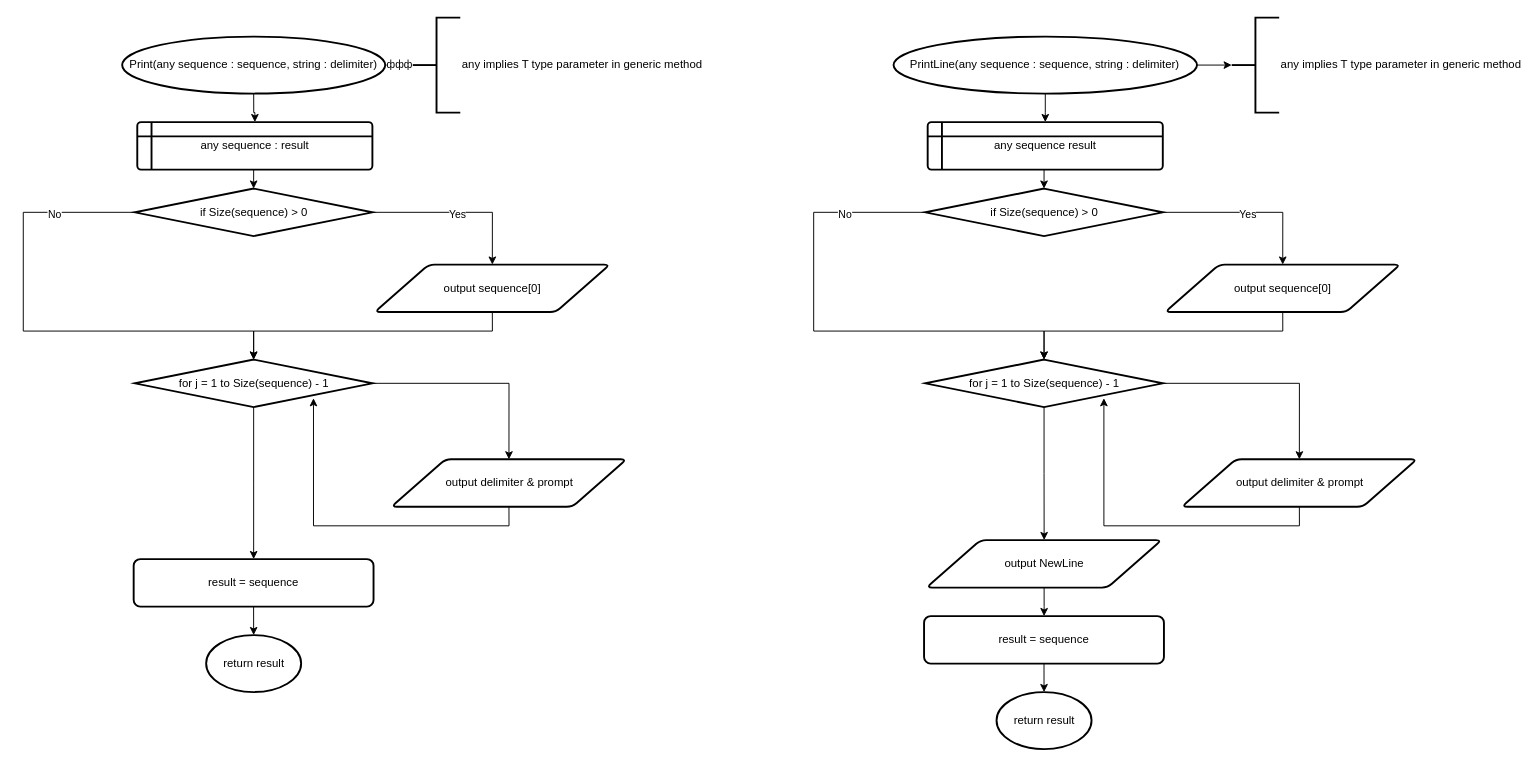
This is page "Extensions.Enumerable" (4 of 5) of flowchart.drawio from majacQ/CSharp---Exercise---Other---Laboratory-Work-4, a draw.io file, before an edit. Source tidied: cells renumbered, new cells numbered last; positions are measured from the earlier drawing's top-left corner, leaving out a move shared by most shapes. Both pictures are drawn from the tidied source at 95%, with x=0, y=0 at pixel (23, 17).
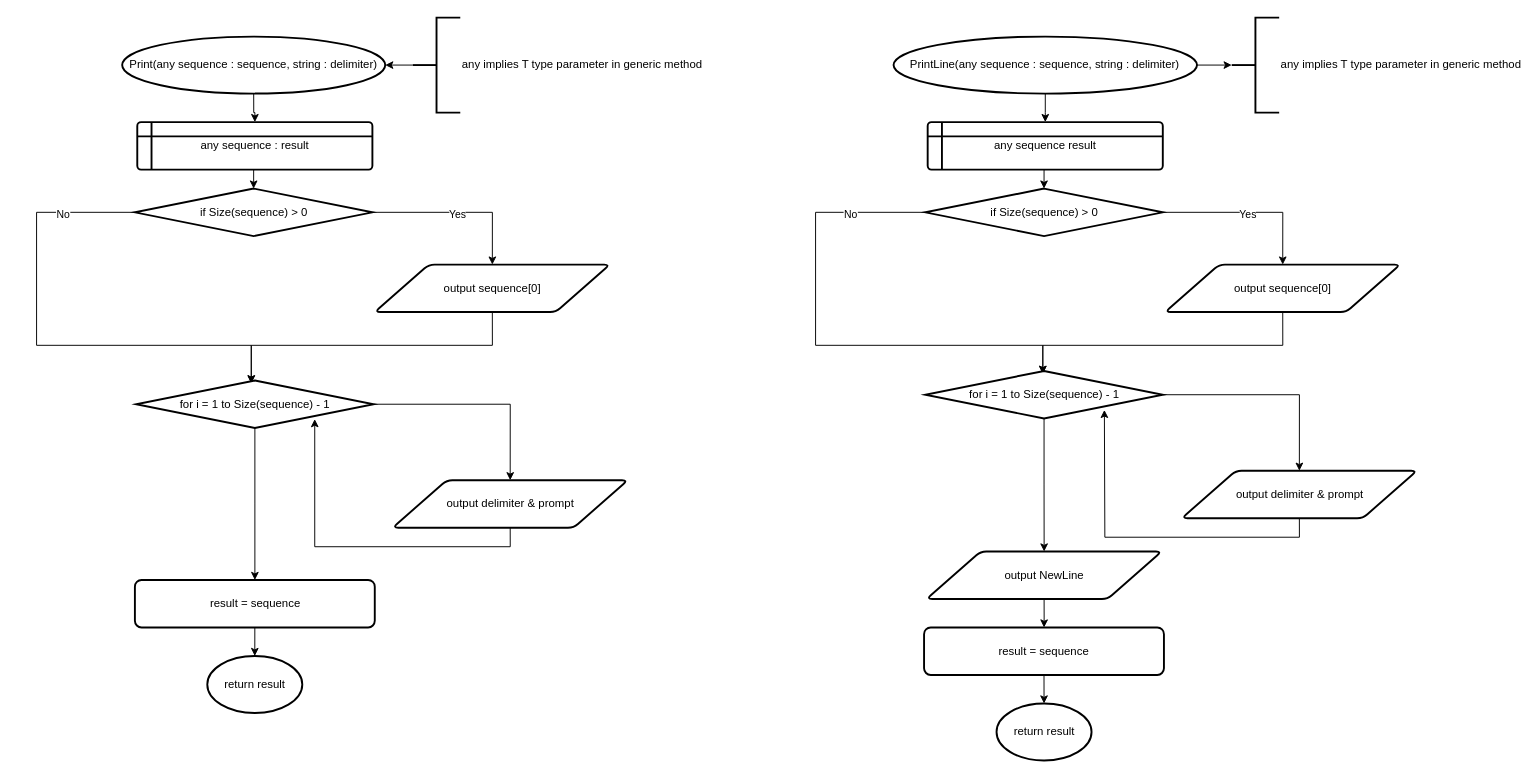
The same page after the edit.

Unchanged cells that the change refers to:
```xml
<mxCell id="3" value="Print(any sequence : sequence, string : delimiter)" style="strokeWidth=2;html=1;shape=mxgraph.flowchart.start_1;whiteSpace=wrap;" parent="1" vertex="1">
  <mxGeometry x="104.1" y="20" width="276.9" height="60" as="geometry" />
</mxCell>
<mxCell id="12" value="if Size(sequence) &amp;gt; 0" style="strokeWidth=2;html=1;shape=mxgraph.flowchart.decision;whiteSpace=wrap;" parent="1" vertex="1">
  <mxGeometry x="117.5" y="180" width="250" height="50" as="geometry" />
</mxCell>
<mxCell id="14" value="output sequence[0]" style="shape=parallelogram;html=1;strokeWidth=2;perimeter=parallelogramPerimeter;whiteSpace=wrap;rounded=1;arcSize=12;size=0.23;" parent="1" vertex="1">
  <mxGeometry x="370" y="260" width="247.5" height="50" as="geometry" />
</mxCell>
<mxCell id="30" value="if Size(sequence) &amp;gt; 0" style="strokeWidth=2;html=1;shape=mxgraph.flowchart.decision;whiteSpace=wrap;" parent="1" vertex="1">
  <mxGeometry x="949.5" y="180" width="250" height="50" as="geometry" />
</mxCell>
<mxCell id="32" value="output sequence[0]" style="shape=parallelogram;html=1;strokeWidth=2;perimeter=parallelogramPerimeter;whiteSpace=wrap;rounded=1;arcSize=12;size=0.23;" parent="1" vertex="1">
  <mxGeometry x="1202" y="260" width="247.5" height="50" as="geometry" />
</mxCell>
<mxCell id="44" value="any implies T type parameter in generic method" style="strokeWidth=2;html=1;shape=mxgraph.flowchart.annotation_2;align=left;labelPosition=right;" parent="1" vertex="1">
  <mxGeometry x="410" width="50" height="100" as="geometry" />
</mxCell>
```

What changed in the source:
```diff
@@
-    <mxCell id="2" value="ффф" style="edgeStyle=orthogonalEdgeStyle;rounded=0;jettySize=auto;html=1;exitX=1;exitY=0.5;exitDx=0;exitDy=0;exitPerimeter=0;entryX=0;entryY=0.5;entryDx=0;entryDy=0;entryPerimeter=0;" parent="1" edge="1" source="3" target="44">
-      <mxGeometry relative="1" as="geometry" />
-    </mxCell>
@@
     <mxCell id="4" value="return result" style="strokeWidth=2;html=1;shape=mxgraph.flowchart.start_1;whiteSpace=wrap;" parent="1" vertex="1">
-      <mxGeometry x="192.5" y="650" width="100" height="60" as="geometry" />
+      <mxGeometry x="193.7" y="672" width="100" height="60" as="geometry" />
     </mxCell>
@@
-    <mxCell id="10" style="edgeStyle=orthogonalEdgeStyle;rounded=0;jettySize=auto;html=1;exitX=0;exitY=0.5;exitDx=0;exitDy=0;exitPerimeter=0;entryX=0.5;entryY=0;entryDx=0;entryDy=0;entryPerimeter=0;" parent="1" edge="1" source="12" target="17">
-      <mxGeometry relative="1" as="geometry">
-        <Array as="points">
-          <mxPoint y="205" />
-          <mxPoint y="330" />
-          <mxPoint x="243" y="330" />
-        </Array>
-      </mxGeometry>
-    </mxCell>
-    <mxCell id="11" value="No" style="edgeLabel;html=1;align=center;verticalAlign=middle;" parent="10" vertex="1">
-      <mxGeometry x="-0.67" y="1" relative="1" as="geometry" />
-    </mxCell>
+    <mxCell id="46" style="edgeStyle=orthogonalEdgeStyle;rounded=0;jettySize=auto;html=1;exitX=0;exitY=0.5;exitDx=0;exitDy=0;exitPerimeter=0;entryX=0.5;entryY=0;entryDx=0;entryDy=0;" parent="1" edge="1" source="12">
+      <mxGeometry relative="1" as="geometry">
+        <mxPoint x="240" y="385" as="targetPoint" />
+        <Array as="points">
+          <mxPoint x="14" y="205" />
+          <mxPoint x="14" y="345" />
+          <mxPoint x="240" y="345" />
+        </Array>
+      </mxGeometry>
+    </mxCell>
+    <mxCell id="47" value="No" style="edgeLabel;html=1;align=center;verticalAlign=middle;" parent="46" vertex="1">
+      <mxGeometry x="-0.7" y="1" relative="1" as="geometry" />
+    </mxCell>
@@
-    <mxCell id="13" style="edgeStyle=orthogonalEdgeStyle;rounded=0;jettySize=auto;html=1;exitX=0.5;exitY=1;exitDx=0;exitDy=0;entryX=0.5;entryY=0;entryDx=0;entryDy=0;entryPerimeter=0;" parent="1" edge="1" source="14" target="17">
-      <mxGeometry relative="1" as="geometry">
-        <Array as="points">
-          <mxPoint x="494" y="330" />
-          <mxPoint x="243" y="330" />
-        </Array>
-      </mxGeometry>
-    </mxCell>
+    <mxCell id="48" style="edgeStyle=orthogonalEdgeStyle;rounded=0;jettySize=auto;html=1;exitX=0.5;exitY=1;exitDx=0;exitDy=0;entryX=0.5;entryY=0;entryDx=0;entryDy=0;" parent="1" edge="1" source="14">
+      <mxGeometry relative="1" as="geometry">
+        <mxPoint x="240" y="385" as="targetPoint" />
+        <Array as="points">
+          <mxPoint x="494" y="345" />
+          <mxPoint x="240" y="345" />
+        </Array>
+      </mxGeometry>
+    </mxCell>
@@
-    <mxCell id="17" value="for j = 1 to Size(sequence) - 1" style="strokeWidth=2;html=1;shape=mxgraph.flowchart.decision;whiteSpace=wrap;" parent="1" vertex="1">
-      <mxGeometry x="117.5" y="360" width="250" height="50" as="geometry" />
+    <mxCell id="17" value="for i = 1 to Size(sequence) - 1" style="strokeWidth=2;html=1;shape=mxgraph.flowchart.decision;whiteSpace=wrap;" parent="1" vertex="1">
+      <mxGeometry x="118.8" y="382" width="250" height="50" as="geometry" />
     </mxCell>
@@
     <mxCell id="19" value="output delimiter &amp;amp; prompt" style="shape=parallelogram;html=1;strokeWidth=2;perimeter=parallelogramPerimeter;whiteSpace=wrap;rounded=1;arcSize=12;size=0.23;" parent="1" vertex="1">
-      <mxGeometry x="387.5" y="465" width="247.5" height="50" as="geometry" />
+      <mxGeometry x="388.8" y="487" width="247.5" height="50" as="geometry" />
     </mxCell>
@@
     <mxCell id="22" value="return result" style="strokeWidth=2;html=1;shape=mxgraph.flowchart.start_1;whiteSpace=wrap;" parent="1" vertex="1">
-      <mxGeometry x="1024.5" y="710" width="100" height="60" as="geometry" />
+      <mxGeometry x="1024.5" y="722" width="100" height="60" as="geometry" />
     </mxCell>
@@
-    <mxCell id="28" style="edgeStyle=orthogonalEdgeStyle;rounded=0;jettySize=auto;html=1;exitX=0;exitY=0.5;exitDx=0;exitDy=0;exitPerimeter=0;entryX=0.5;entryY=0;entryDx=0;entryDy=0;entryPerimeter=0;" parent="1" edge="1" source="30" target="35">
-      <mxGeometry relative="1" as="geometry">
-        <Array as="points">
-          <mxPoint x="832" y="205" />
-          <mxPoint x="832" y="330" />
-          <mxPoint x="1075" y="330" />
-        </Array>
-      </mxGeometry>
-    </mxCell>
-    <mxCell id="29" value="No" style="edgeLabel;html=1;align=center;verticalAlign=middle;" parent="28" vertex="1">
-      <mxGeometry x="-0.67" y="1" relative="1" as="geometry" />
-    </mxCell>
+    <mxCell id="49" style="edgeStyle=orthogonalEdgeStyle;rounded=0;jettySize=auto;html=1;exitX=0;exitY=0.5;exitDx=0;exitDy=0;exitPerimeter=0;entryX=0.5;entryY=0;entryDx=0;entryDy=0;" parent="1" edge="1" source="30">
+      <mxGeometry relative="1" as="geometry">
+        <mxPoint x="1073.2" y="375" as="targetPoint" />
+        <Array as="points">
+          <mxPoint x="834" y="205" />
+          <mxPoint x="834" y="345" />
+          <mxPoint x="1073" y="345" />
+        </Array>
+      </mxGeometry>
+    </mxCell>
+    <mxCell id="50" value="No" style="edgeLabel;html=1;align=center;verticalAlign=middle;" parent="49" vertex="1">
+      <mxGeometry x="-0.7" y="1" relative="1" as="geometry" />
+    </mxCell>
@@
-    <mxCell id="31" style="edgeStyle=orthogonalEdgeStyle;rounded=0;jettySize=auto;html=1;exitX=0.5;exitY=1;exitDx=0;exitDy=0;entryX=0.5;entryY=0;entryDx=0;entryDy=0;entryPerimeter=0;" parent="1" edge="1" source="32" target="35">
-      <mxGeometry relative="1" as="geometry">
-        <Array as="points">
-          <mxPoint x="1326" y="330" />
-          <mxPoint x="1075" y="330" />
-        </Array>
-      </mxGeometry>
-    </mxCell>
+    <mxCell id="51" style="edgeStyle=orthogonalEdgeStyle;rounded=0;jettySize=auto;html=1;exitX=0.5;exitY=1;exitDx=0;exitDy=0;entryX=0.5;entryY=0;entryDx=0;entryDy=0;" parent="1" edge="1" source="32">
+      <mxGeometry relative="1" as="geometry">
+        <mxPoint x="1073.2" y="375" as="targetPoint" />
+        <Array as="points">
+          <mxPoint x="1326" y="345" />
+          <mxPoint x="1073" y="345" />
+        </Array>
+      </mxGeometry>
+    </mxCell>
@@
-    <mxCell id="35" value="for j = 1 to Size(sequence) - 1" style="strokeWidth=2;html=1;shape=mxgraph.flowchart.decision;whiteSpace=wrap;" parent="1" vertex="1">
-      <mxGeometry x="949.5" y="360" width="250" height="50" as="geometry" />
+    <mxCell id="35" value="for i = 1 to Size(sequence) - 1" style="strokeWidth=2;html=1;shape=mxgraph.flowchart.decision;whiteSpace=wrap;" parent="1" vertex="1">
+      <mxGeometry x="949.5" y="372" width="250" height="50" as="geometry" />
     </mxCell>
-    <mxCell id="36" style="edgeStyle=orthogonalEdgeStyle;rounded=0;jettySize=auto;html=1;exitX=0.5;exitY=1;exitDx=0;exitDy=0;entryX=0.752;entryY=0.814;entryDx=0;entryDy=0;entryPerimeter=0;" parent="1" edge="1" source="37" target="35">
-      <mxGeometry relative="1" as="geometry" />
+    <mxCell id="36" style="edgeStyle=orthogonalEdgeStyle;rounded=0;jettySize=auto;html=1;exitX=0.5;exitY=1;exitDx=0;exitDy=0;" parent="1" edge="1" source="37">
+      <mxGeometry relative="1" as="geometry">
+        <mxPoint x="1138" y="413" as="targetPoint" />
+      </mxGeometry>
     </mxCell>
     <mxCell id="37" value="output delimiter &amp;amp; prompt" style="shape=parallelogram;html=1;strokeWidth=2;perimeter=parallelogramPerimeter;whiteSpace=wrap;rounded=1;arcSize=12;size=0.23;" parent="1" vertex="1">
-      <mxGeometry x="1219.5" y="465" width="247.5" height="50" as="geometry" />
+      <mxGeometry x="1219.5" y="477" width="247.5" height="50" as="geometry" />
     </mxCell>
@@
     <mxCell id="39" value="output NewLine" style="shape=parallelogram;html=1;strokeWidth=2;perimeter=parallelogramPerimeter;whiteSpace=wrap;rounded=1;arcSize=12;size=0.23;" parent="1" vertex="1">
-      <mxGeometry x="950.8" y="550" width="247.5" height="50" as="geometry" />
+      <mxGeometry x="950.8" y="562" width="247.5" height="50" as="geometry" />
     </mxCell>
@@
     <mxCell id="41" value="result = sequence" style="rounded=1;whiteSpace=wrap;html=1;absoluteArcSize=1;arcSize=14;strokeWidth=2;" parent="1" vertex="1">
-      <mxGeometry x="116.2" y="570" width="252.5" height="50" as="geometry" />
+      <mxGeometry x="117.5" y="592" width="252.5" height="50" as="geometry" />
     </mxCell>
@@
     <mxCell id="43" value="result = sequence" style="rounded=1;whiteSpace=wrap;html=1;absoluteArcSize=1;arcSize=14;strokeWidth=2;" parent="1" vertex="1">
-      <mxGeometry x="948.2" y="630" width="252.5" height="50" as="geometry" />
+      <mxGeometry x="948.2" y="642" width="252.5" height="50" as="geometry" />
     </mxCell>
+    <mxCell id="52" style="edgeStyle=orthogonalEdgeStyle;rounded=0;jettySize=auto;html=1;exitX=0;exitY=0.5;exitDx=0;exitDy=0;exitPerimeter=0;entryX=1;entryY=0.5;entryDx=0;entryDy=0;entryPerimeter=0;" parent="1" edge="1" source="44" target="3">
+      <mxGeometry relative="1" as="geometry" />
+    </mxCell>
```
